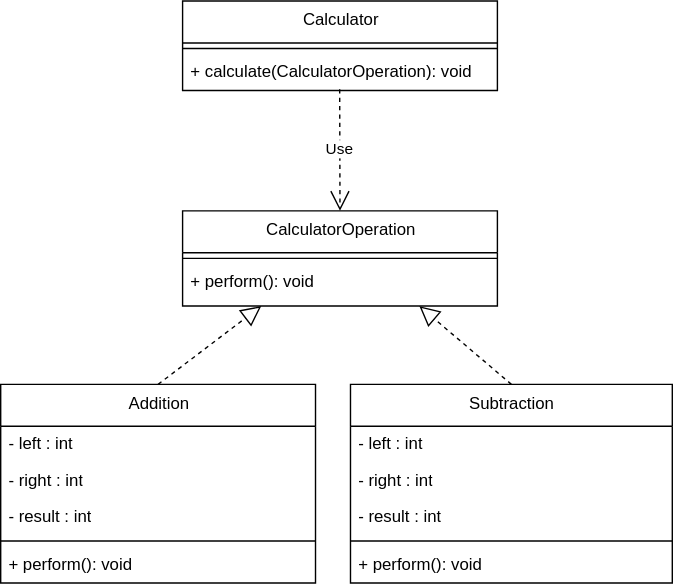
This is assets/OCP_N_TO_P.drawio.svg from willizielke/ASE-UnoGame, a draw.io export, as it was before one commit. Source tidied: cells renumbered, new cells last; positions are measured from the earlier drawing's top-left corner, leaving out a move shared by most shapes. Source of this version:
```xml
<mxGraphModel>
  <root>
    <mxCell id="0" />
    <mxCell id="1" parent="0" />
    <mxCell id="2" value="Addition" style="swimlane;fontStyle=0;align=center;verticalAlign=top;horizontal=1;startSize=30;html=1;" parent="1" vertex="1">
      <mxGeometry y="274" width="225" height="142" as="geometry" />
    </mxCell>
    <mxCell id="3" value="- left : int" style="text;html=1;strokeColor=none;fillColor=none;align=left;verticalAlign=middle;spacingLeft=4;spacingRight=4;overflow=hidden;" parent="2" vertex="1">
      <mxGeometry y="30" width="225" height="26" as="geometry" />
    </mxCell>
    <mxCell id="4" value="- right : int" style="text;html=1;strokeColor=none;fillColor=none;align=left;verticalAlign=middle;spacingLeft=4;spacingRight=4;overflow=hidden;" parent="2" vertex="1">
      <mxGeometry y="56" width="225" height="26" as="geometry" />
    </mxCell>
    <mxCell id="5" value="- result : int" style="text;html=1;strokeColor=none;fillColor=none;align=left;verticalAlign=middle;spacingLeft=4;spacingRight=4;overflow=hidden;" parent="2" vertex="1">
      <mxGeometry y="82" width="225" height="26" as="geometry" />
    </mxCell>
    <mxCell id="6" style="line;strokeWidth=1;fillColor=none;align=left;verticalAlign=middle;spacingTop=-1;spacingLeft=3;spacingRight=3;labelPosition=right;" parent="2" vertex="1">
      <mxGeometry y="108" width="225" height="8" as="geometry" />
    </mxCell>
    <mxCell id="7" value="+ perform(): void" style="text;html=1;strokeColor=none;fillColor=none;align=left;verticalAlign=middle;spacingLeft=4;spacingRight=4;overflow=hidden;" parent="2" vertex="1">
      <mxGeometry y="116" width="225" height="26" as="geometry" />
    </mxCell>
    <mxCell id="8" value="Calculator" style="swimlane;fontStyle=0;align=center;verticalAlign=top;horizontal=1;startSize=30;html=1;" parent="1" vertex="1">
      <mxGeometry x="130" width="225" height="64" as="geometry" />
    </mxCell>
    <mxCell id="9" style="line;strokeWidth=1;fillColor=none;align=left;verticalAlign=middle;spacingTop=-1;spacingLeft=3;spacingRight=3;labelPosition=right;" parent="8" vertex="1">
      <mxGeometry y="30" width="225" height="8" as="geometry" />
    </mxCell>
    <mxCell id="10" value="+ calculate(CalculatorOperation): void" style="text;html=1;strokeColor=none;fillColor=none;align=left;verticalAlign=middle;spacingLeft=4;spacingRight=4;overflow=hidden;points=[[0,0.5],[1,0.5]];portConstraint=eastwest;" parent="8" vertex="1">
      <mxGeometry y="38" width="225" height="26" as="geometry" />
    </mxCell>
    <mxCell id="11" value="CalculatorOperation" style="swimlane;fontStyle=0;align=center;verticalAlign=top;horizontal=1;startSize=30;html=1;" parent="1" vertex="1">
      <mxGeometry x="130" y="150" width="225" height="68" as="geometry" />
    </mxCell>
    <mxCell id="12" style="line;strokeWidth=1;fillColor=none;align=left;verticalAlign=middle;spacingTop=-1;spacingLeft=3;spacingRight=3;labelPosition=right;" parent="11" vertex="1">
      <mxGeometry y="30" width="225" height="8" as="geometry" />
    </mxCell>
    <mxCell id="13" value="+ perform(): void" style="text;html=1;strokeColor=none;fillColor=none;align=left;verticalAlign=middle;spacingLeft=4;spacingRight=4;overflow=hidden;" parent="11" vertex="1">
      <mxGeometry y="38" width="225" height="26" as="geometry" />
    </mxCell>
    <mxCell id="14" style="text;html=1;strokeColor=none;fillColor=none;align=left;verticalAlign=middle;spacingLeft=4;spacingRight=4;overflow=hidden;points=[[0,0.5],[1,0.5]];portConstraint=eastwest;" parent="11" vertex="1">
      <mxGeometry y="64" width="225" height="4" as="geometry" />
    </mxCell>
    <mxCell id="15" value="Subtraction" style="swimlane;fontStyle=0;align=center;verticalAlign=top;horizontal=1;startSize=30;html=1;" parent="1" vertex="1">
      <mxGeometry x="250" y="274" width="230" height="142" as="geometry" />
    </mxCell>
    <mxCell id="16" value="- left : int" style="text;html=1;strokeColor=none;fillColor=none;align=left;verticalAlign=middle;spacingLeft=4;spacingRight=4;overflow=hidden;" parent="15" vertex="1">
      <mxGeometry y="30" width="230" height="26" as="geometry" />
    </mxCell>
    <mxCell id="17" value="- right : int" style="text;html=1;strokeColor=none;fillColor=none;align=left;verticalAlign=middle;spacingLeft=4;spacingRight=4;overflow=hidden;" parent="15" vertex="1">
      <mxGeometry y="56" width="230" height="26" as="geometry" />
    </mxCell>
    <mxCell id="18" value="- result : int" style="text;html=1;strokeColor=none;fillColor=none;align=left;verticalAlign=middle;spacingLeft=4;spacingRight=4;overflow=hidden;" parent="15" vertex="1">
      <mxGeometry y="82" width="230" height="26" as="geometry" />
    </mxCell>
    <mxCell id="19" style="line;strokeWidth=1;fillColor=none;align=left;verticalAlign=middle;spacingTop=-1;spacingLeft=3;spacingRight=3;labelPosition=right;" parent="15" vertex="1">
      <mxGeometry y="108" width="230" height="8" as="geometry" />
    </mxCell>
    <mxCell id="20" value="+ perform(): void" style="text;html=1;strokeColor=none;fillColor=none;align=left;verticalAlign=middle;spacingLeft=4;spacingRight=4;overflow=hidden;" parent="15" vertex="1">
      <mxGeometry y="116" width="230" height="26" as="geometry" />
    </mxCell>
    <mxCell id="21" style="endArrow=block;dashed=1;endFill=0;endSize=12;html=1;rounded=0;exitX=0.5;exitY=0;exitDx=0;exitDy=0;entryX=0.752;entryY=1.009;entryDx=0;entryDy=0;entryPerimeter=0;" parent="1" edge="1" source="15" target="14">
      <mxGeometry relative="1" as="geometry" />
    </mxCell>
    <mxCell id="22" style="endArrow=block;dashed=1;endFill=0;endSize=12;html=1;rounded=0;exitX=0.5;exitY=0;exitDx=0;exitDy=0;entryX=0.25;entryY=1.009;entryDx=0;entryDy=0;entryPerimeter=0;" parent="1" edge="1" source="2" target="14">
      <mxGeometry relative="1" as="geometry" />
    </mxCell>
    <mxCell id="23" value="Use" style="endArrow=open;endSize=12;dashed=1;html=1;rounded=0;exitX=0.499;exitY=0.966;exitDx=0;exitDy=0;entryX=0.5;entryY=0;entryDx=0;entryDy=0;exitPerimeter=0;" parent="1" edge="1" source="10" target="11">
      <mxGeometry relative="1" as="geometry" />
    </mxCell>
  </root>
</mxGraphModel>
```
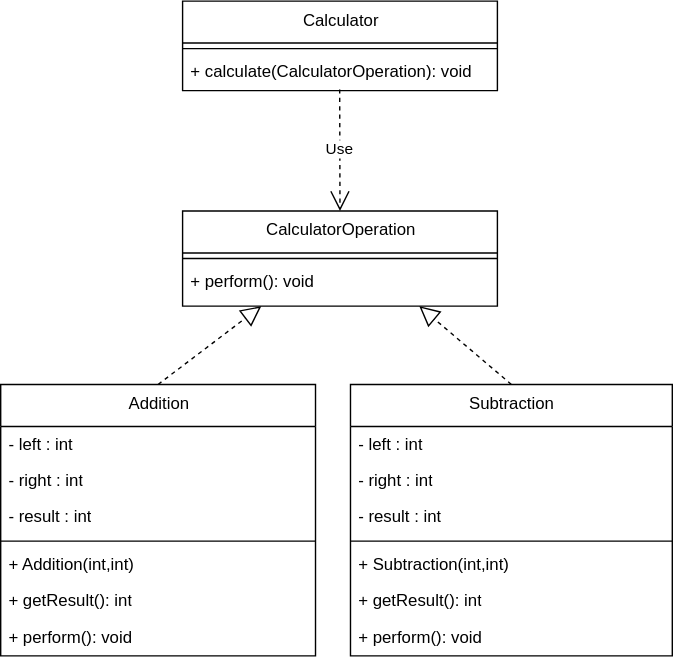
After the change.

Change to the diagram source:
```diff
@@ -3,7 +3,7 @@
     <mxCell id="0" />
     <mxCell id="1" parent="0" />
     <mxCell id="2" value="Addition" style="swimlane;fontStyle=0;align=center;verticalAlign=top;horizontal=1;startSize=30;html=1;" parent="1" vertex="1">
-      <mxGeometry y="274" width="225" height="142" as="geometry" />
+      <mxGeometry y="274" width="225" height="194" as="geometry" />
     </mxCell>
     <mxCell id="3" value="- left : int" style="text;html=1;strokeColor=none;fillColor=none;align=left;verticalAlign=middle;spacingLeft=4;spacingRight=4;overflow=hidden;" parent="2" vertex="1">
       <mxGeometry y="30" width="225" height="26" as="geometry" />
@@ -17,9 +17,15 @@
     <mxCell id="6" style="line;strokeWidth=1;fillColor=none;align=left;verticalAlign=middle;spacingTop=-1;spacingLeft=3;spacingRight=3;labelPosition=right;" parent="2" vertex="1">
       <mxGeometry y="108" width="225" height="8" as="geometry" />
     </mxCell>
-    <mxCell id="7" value="+ perform(): void" style="text;html=1;strokeColor=none;fillColor=none;align=left;verticalAlign=middle;spacingLeft=4;spacingRight=4;overflow=hidden;" parent="2" vertex="1">
+    <mxCell id="7" value="+ Addition(int,int)" style="text;html=1;strokeColor=none;fillColor=none;align=left;verticalAlign=middle;spacingLeft=4;spacingRight=4;overflow=hidden;" parent="2" vertex="1">
       <mxGeometry y="116" width="225" height="26" as="geometry" />
     </mxCell>
+    <mxCell id="24" value="+ getResult(): int" style="text;html=1;strokeColor=none;fillColor=none;align=left;verticalAlign=middle;spacingLeft=4;spacingRight=4;overflow=hidden;" parent="2" vertex="1">
+      <mxGeometry y="142" width="225" height="26" as="geometry" />
+    </mxCell>
+    <mxCell id="25" value="+ perform(): void" style="text;html=1;strokeColor=none;fillColor=none;align=left;verticalAlign=middle;spacingLeft=4;spacingRight=4;overflow=hidden;" parent="2" vertex="1">
+      <mxGeometry y="168" width="225" height="26" as="geometry" />
+    </mxCell>
     <mxCell id="8" value="Calculator" style="swimlane;fontStyle=0;align=center;verticalAlign=top;horizontal=1;startSize=30;html=1;" parent="1" vertex="1">
       <mxGeometry x="130" width="225" height="64" as="geometry" />
     </mxCell>
@@ -42,7 +48,7 @@
       <mxGeometry y="64" width="225" height="4" as="geometry" />
     </mxCell>
     <mxCell id="15" value="Subtraction" style="swimlane;fontStyle=0;align=center;verticalAlign=top;horizontal=1;startSize=30;html=1;" parent="1" vertex="1">
-      <mxGeometry x="250" y="274" width="230" height="142" as="geometry" />
+      <mxGeometry x="250" y="274" width="230" height="194" as="geometry" />
     </mxCell>
     <mxCell id="16" value="- left : int" style="text;html=1;strokeColor=none;fillColor=none;align=left;verticalAlign=middle;spacingLeft=4;spacingRight=4;overflow=hidden;" parent="15" vertex="1">
       <mxGeometry y="30" width="230" height="26" as="geometry" />
@@ -56,9 +62,15 @@
     <mxCell id="19" style="line;strokeWidth=1;fillColor=none;align=left;verticalAlign=middle;spacingTop=-1;spacingLeft=3;spacingRight=3;labelPosition=right;" parent="15" vertex="1">
       <mxGeometry y="108" width="230" height="8" as="geometry" />
     </mxCell>
-    <mxCell id="20" value="+ perform(): void" style="text;html=1;strokeColor=none;fillColor=none;align=left;verticalAlign=middle;spacingLeft=4;spacingRight=4;overflow=hidden;" parent="15" vertex="1">
+    <mxCell id="20" value="+ Subtraction(int,int)" style="text;html=1;strokeColor=none;fillColor=none;align=left;verticalAlign=middle;spacingLeft=4;spacingRight=4;overflow=hidden;" parent="15" vertex="1">
       <mxGeometry y="116" width="230" height="26" as="geometry" />
     </mxCell>
+    <mxCell id="26" value="+ getResult(): int" style="text;html=1;strokeColor=none;fillColor=none;align=left;verticalAlign=middle;spacingLeft=4;spacingRight=4;overflow=hidden;" parent="15" vertex="1">
+      <mxGeometry y="142" width="230" height="26" as="geometry" />
+    </mxCell>
+    <mxCell id="27" value="+ perform(): void" style="text;html=1;strokeColor=none;fillColor=none;align=left;verticalAlign=middle;spacingLeft=4;spacingRight=4;overflow=hidden;" parent="15" vertex="1">
+      <mxGeometry y="168" width="230" height="26" as="geometry" />
+    </mxCell>
     <mxCell id="21" style="endArrow=block;dashed=1;endFill=0;endSize=12;html=1;rounded=0;exitX=0.5;exitY=0;exitDx=0;exitDy=0;entryX=0.752;entryY=1.009;entryDx=0;entryDy=0;entryPerimeter=0;" parent="1" edge="1" source="15" target="14">
       <mxGeometry relative="1" as="geometry" />
     </mxCell>
```
